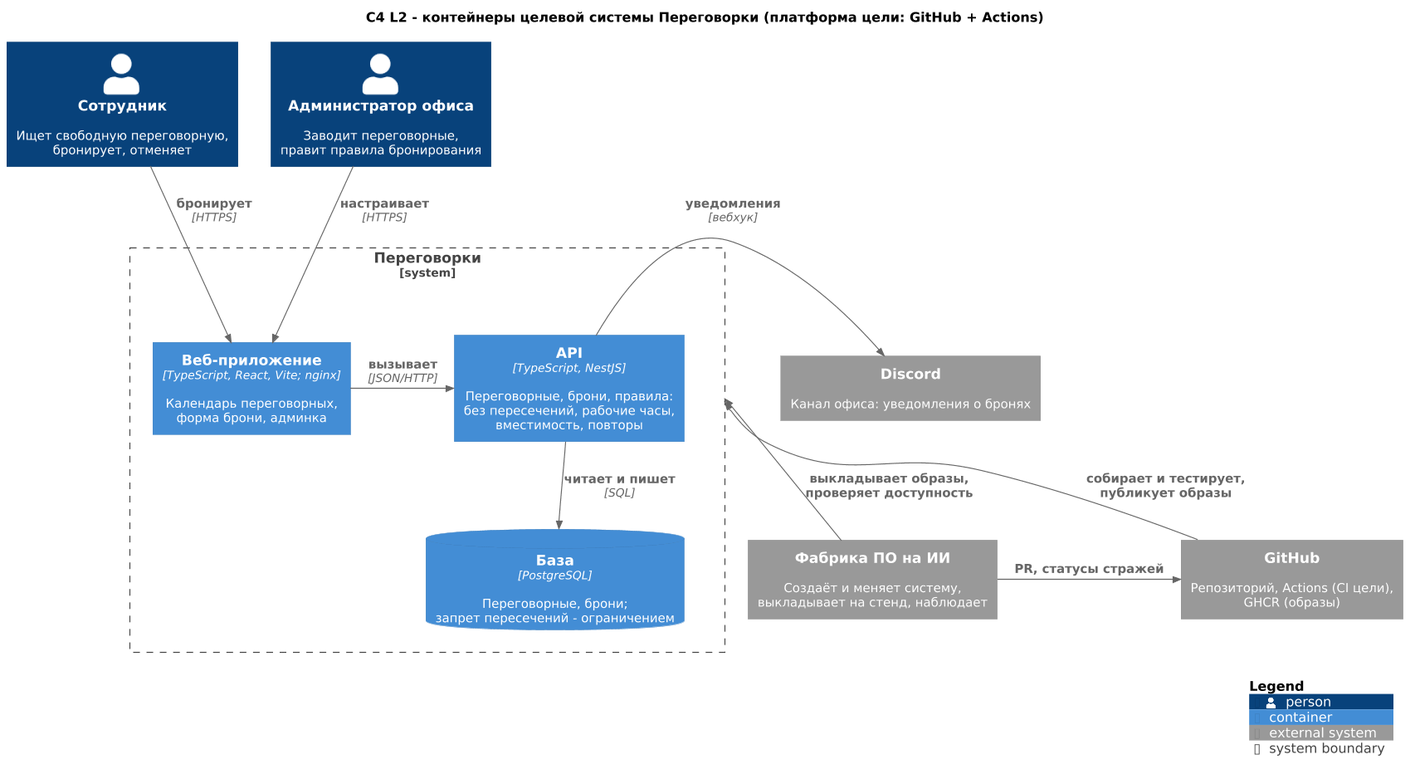
Before: docs/demo/diagrams/c4-l2-target.png, a diagram exported from PlantUML (ypolosov/ai-factory). Source of this version:
```plantuml
@startuml c4-l2-target
!include <C4/C4_Container>
!include common.puml

title C4 L2 - контейнеры целевой системы Переговорки (платформа цели: GitHub + Actions)

Person(users, "Сотрудник", "Ищет свободную переговорную,\nбронирует, отменяет")
Person(admin, "Администратор офиса", "Заводит переговорные,\nправит правила бронирования")

System_Boundary(rooms, "Переговорки") {
  Container(spa, "Веб-приложение", "TypeScript, React, Vite; nginx", "Календарь переговорных,\nформа брони, админка")
  Container(api, "API", "TypeScript, NestJS", "Переговорные, брони, правила:\nбез пересечений, рабочие часы,\nвместимость, повторы")
  ContainerDb(db, "База", "PostgreSQL", "Переговорные, брони;\nзапрет пересечений - ограничением")
}

System_Ext(discord, "Discord", "Канал офиса: уведомления о бронях")
System_Ext(gh, "GitHub", "Репозиторий, Actions (CI цели),\nGHCR (образы)")
System_Ext(factory, "Фабрика ПО на ИИ", "Создаёт и меняет систему,\nвыкладывает на стенд, наблюдает")

Rel_D(users, spa, "бронирует", "HTTPS")
Rel_D(admin, spa, "настраивает", "HTTPS")
Rel_R(spa, api, "вызывает", "JSON/HTTP")
Rel_D(api, db, "читает и пишет", "SQL")
Rel_R(api, discord, "уведомления", "вебхук")
Rel_U(gh, rooms, "собирает и тестирует,\nпубликует образы")
Rel_U(factory, rooms, "выкладывает образы,\nпроверяет доступность")
Rel_R(factory, gh, "PR, статусы стражей")

SHOW_LEGEND()
@enduml
```
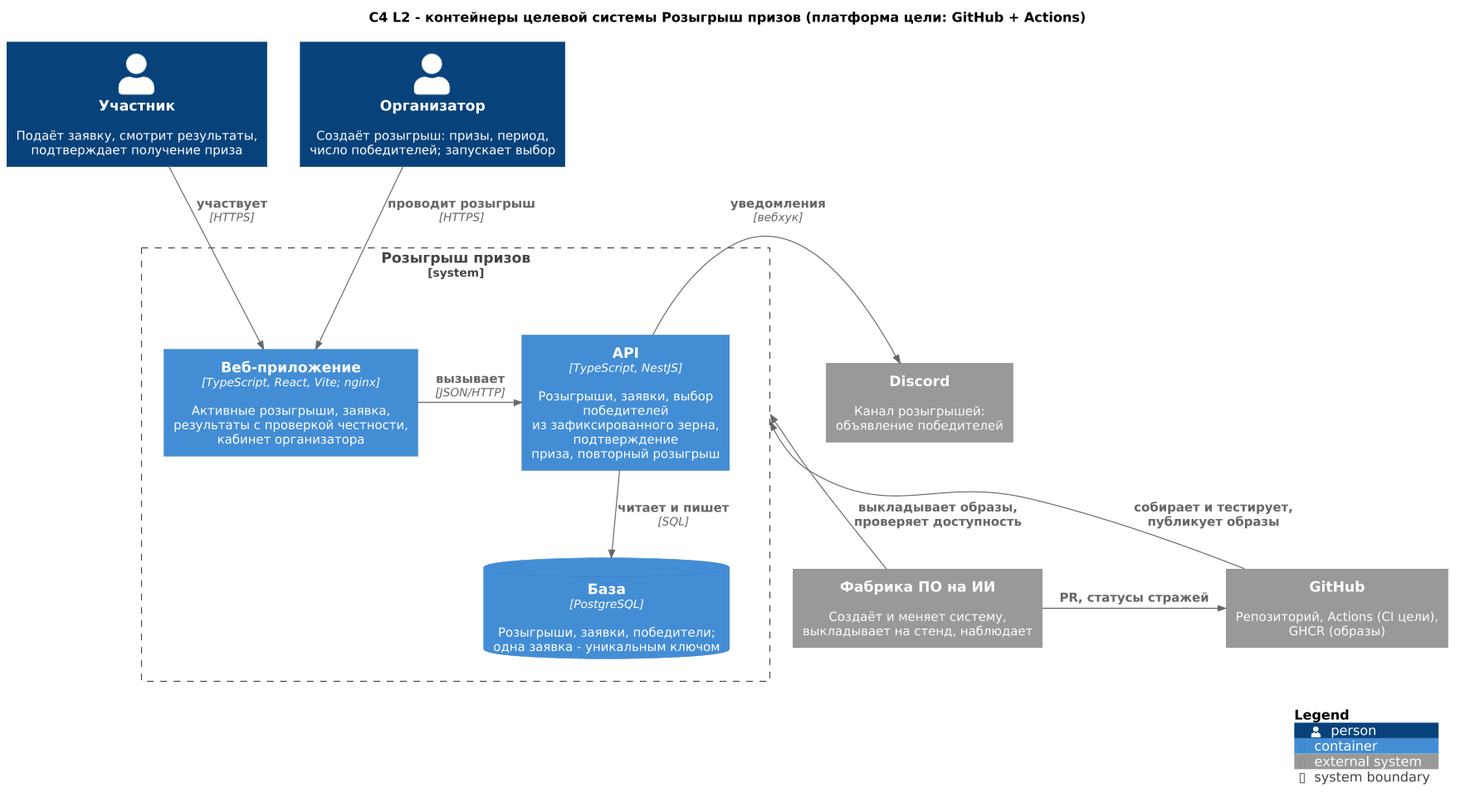
The same diagram one commit later.

Change to the diagram source:
```diff
@@ -2,23 +2,23 @@
 !include <C4/C4_Container>
 !include common.puml
 
-title C4 L2 - контейнеры целевой системы Переговорки (платформа цели: GitHub + Actions)
+title C4 L2 - контейнеры целевой системы Розыгрыш призов (платформа цели: GitHub + Actions)
 
-Person(users, "Сотрудник", "Ищет свободную переговорную,\nбронирует, отменяет")
-Person(admin, "Администратор офиса", "Заводит переговорные,\nправит правила бронирования")
+Person(users, "Участник", "Подаёт заявку, смотрит результаты,\nподтверждает получение приза")
+Person(admin, "Организатор", "Создаёт розыгрыш: призы, период,\nчисло победителей; запускает выбор")
 
-System_Boundary(rooms, "Переговорки") {
-  Container(spa, "Веб-приложение", "TypeScript, React, Vite; nginx", "Календарь переговорных,\nформа брони, админка")
-  Container(api, "API", "TypeScript, NestJS", "Переговорные, брони, правила:\nбез пересечений, рабочие часы,\nвместимость, повторы")
-  ContainerDb(db, "База", "PostgreSQL", "Переговорные, брони;\nзапрет пересечений - ограничением")
+System_Boundary(rooms, "Розыгрыш призов") {
+  Container(spa, "Веб-приложение", "TypeScript, React, Vite; nginx", "Активные розыгрыши, заявка,\nрезультаты с проверкой честности,\nкабинет организатора")
+  Container(api, "API", "TypeScript, NestJS", "Розыгрыши, заявки, выбор победителей\nиз зафиксированного зерна, подтверждение\nприза, повторный розыгрыш")
+  ContainerDb(db, "База", "PostgreSQL", "Розыгрыши, заявки, победители;\nодна заявка - уникальным ключом")
 }
 
-System_Ext(discord, "Discord", "Канал офиса: уведомления о бронях")
+System_Ext(discord, "Discord", "Канал розыгрышей:\nобъявление победителей")
 System_Ext(gh, "GitHub", "Репозиторий, Actions (CI цели),\nGHCR (образы)")
 System_Ext(factory, "Фабрика ПО на ИИ", "Создаёт и меняет систему,\nвыкладывает на стенд, наблюдает")
 
-Rel_D(users, spa, "бронирует", "HTTPS")
-Rel_D(admin, spa, "настраивает", "HTTPS")
+Rel_D(users, spa, "участвует", "HTTPS")
+Rel_D(admin, spa, "проводит розыгрыш", "HTTPS")
 Rel_R(spa, api, "вызывает", "JSON/HTTP")
 Rel_D(api, db, "читает и пишет", "SQL")
 Rel_R(api, discord, "уведомления", "вебхук")
```
